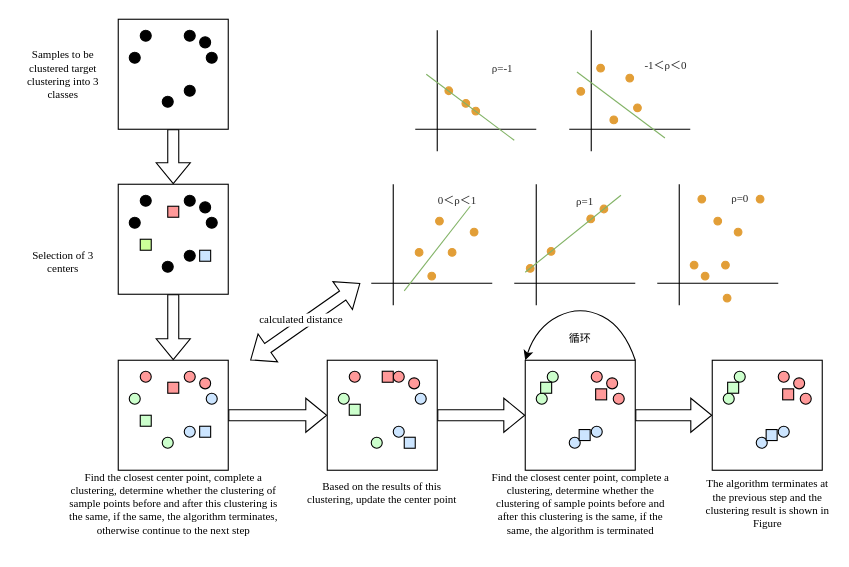
This is Draw.io/研究生毕设/Kmeans 框架图-英文.drawio from Arete-FFF/PicGo, a draw.io file, before an edit. Source tidied: cells renumbered, new cells numbered last; positions are measured from the earlier drawing's top-left corner, leaving out a move shared by most shapes. Both pictures are drawn from the tidied source at 110%, with x=0, y=0 at pixel (19, 19).
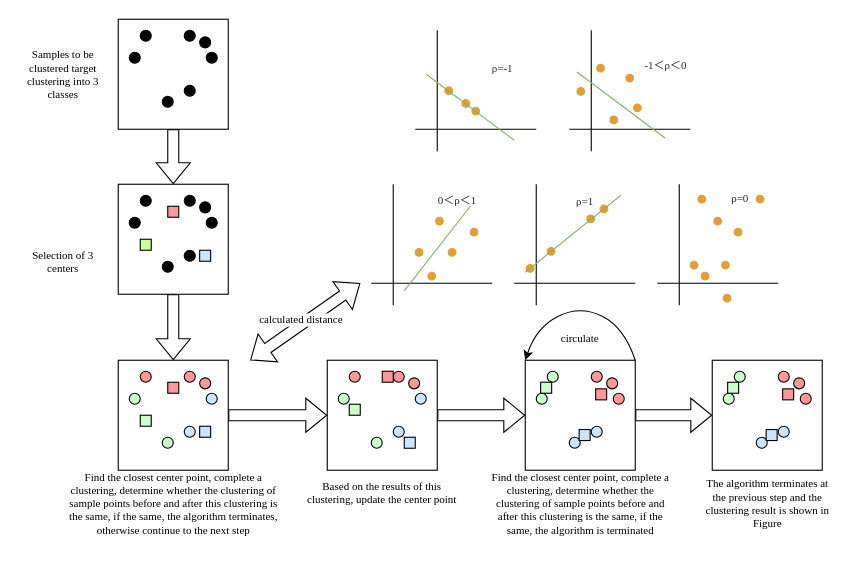
The same diagram, later.

Commit message:
更新Kmeans 框架图-英文.drawio

Change to the diagram source:
```diff
@@
-    <mxCell id="132" value="循环" style="rounded=0;whiteSpace=wrap;html=1;fillColor=none;strokeColor=none;fontFamily=Times New Roman;fontSize=10;" parent="1" vertex="1">
+    <mxCell id="132" value="circulate" style="rounded=0;whiteSpace=wrap;html=1;fillColor=none;strokeColor=none;fontFamily=Times New Roman;fontSize=10;" parent="1" vertex="1">
       <mxGeometry x="450" y="260" width="120" height="60" as="geometry" />
     </mxCell>
```
